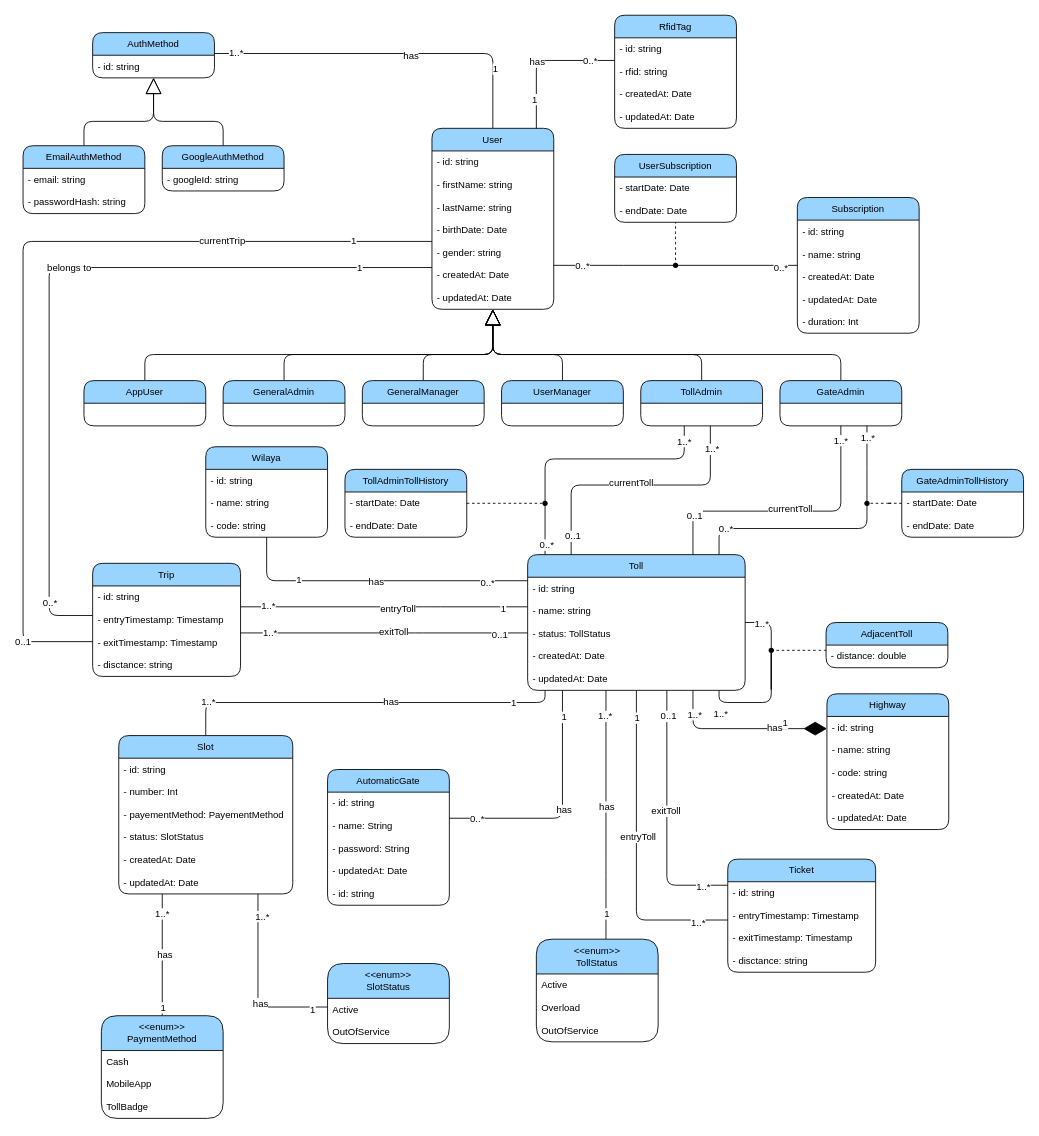
devlotfi/peage-pay keeps this draw.io diagram as page "class diagram" (4 of 6) of diagrams/PeagePay.drawio. Above is the earlier version. Source tidied: cells renumbered, new cells numbered last; positions are measured from the earlier drawing's top-left corner, leaving out a move shared by most shapes. Both pictures are drawn from the tidied source at 87%, with x=0, y=0 at pixel (23, 15).
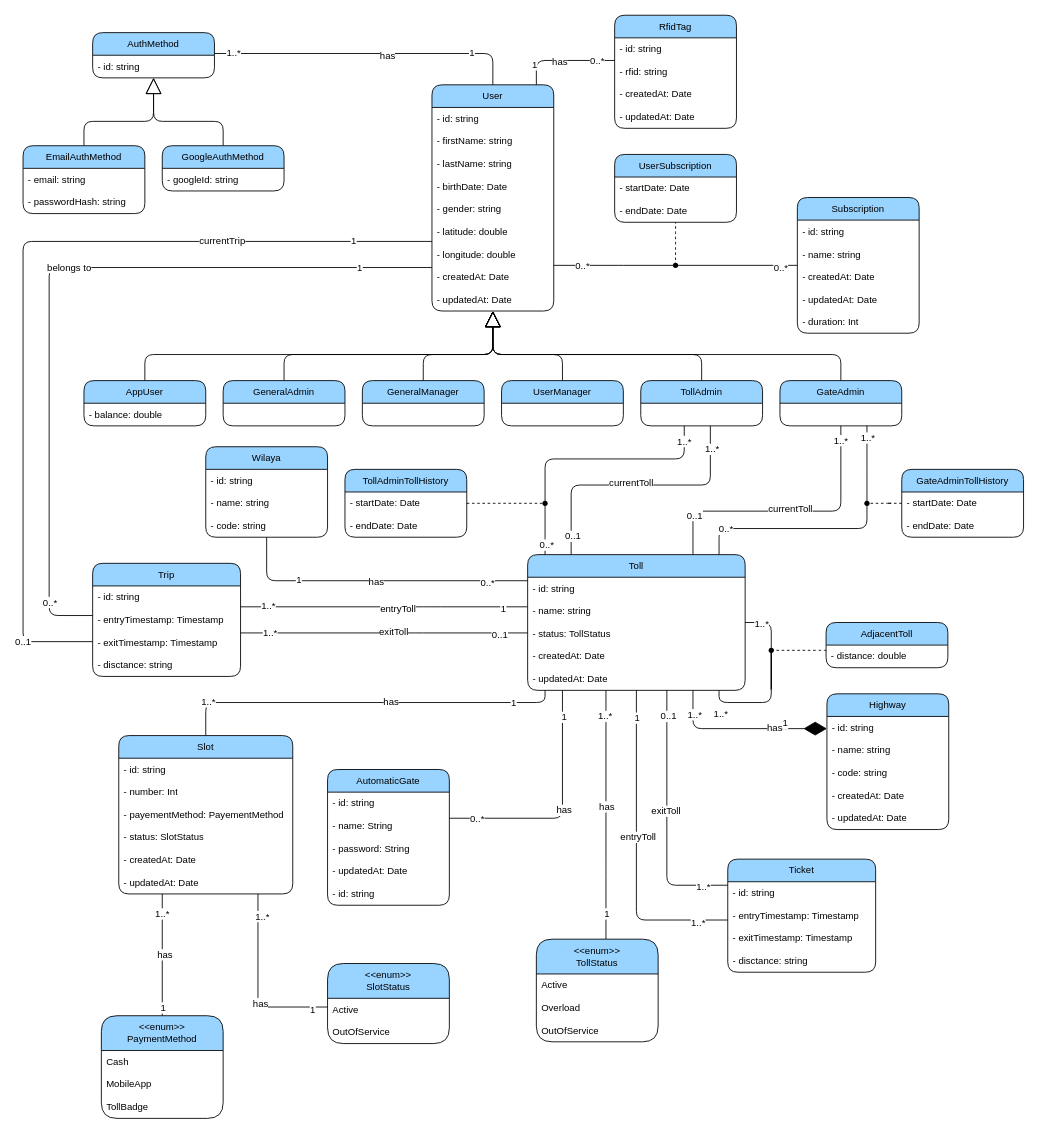
The same page after the edit.

Diff of the diagram source:
```diff
@@
     <mxCell id="30" value="User" style="swimlane;fontStyle=0;horizontal=1;startSize=26;fillColor=#99D3FF;whiteSpace=wrap;html=1;fontFamily=Helvetica;fontSize=11;fontColor=default;fillStyle=auto;rounded=1;glass=0;shadow=0;swimlaneFillColor=none;gradientColor=none;" parent="1" vertex="1">
-      <mxGeometry x="470" y="130" width="140" height="208" as="geometry" />
+      <mxGeometry x="470" y="80" width="140" height="260" as="geometry" />
     </mxCell>
@@
+    <mxCell id="195" value="- latitude: double" style="text;strokeColor=none;fillColor=none;align=left;verticalAlign=top;spacingLeft=4;spacingRight=4;overflow=hidden;whiteSpace=wrap;html=1;fontSize=11;fontFamily=Helvetica;fontColor=default;" parent="30" vertex="1">
+      <mxGeometry y="156" width="140" height="26" as="geometry" />
+    </mxCell>
+    <mxCell id="196" value="- longitude: double" style="text;strokeColor=none;fillColor=none;align=left;verticalAlign=top;spacingLeft=4;spacingRight=4;overflow=hidden;whiteSpace=wrap;html=1;fontSize=11;fontFamily=Helvetica;fontColor=default;" parent="30" vertex="1">
+      <mxGeometry y="182" width="140" height="26" as="geometry" />
+    </mxCell>
     <mxCell id="36" value="- createdAt: Date" style="text;strokeColor=none;fillColor=none;align=left;verticalAlign=top;spacingLeft=4;spacingRight=4;overflow=hidden;whiteSpace=wrap;html=1;fontSize=11;fontFamily=Helvetica;fontColor=default;" parent="30" vertex="1">
-      <mxGeometry y="156" width="140" height="26" as="geometry" />
+      <mxGeometry y="208" width="140" height="26" as="geometry" />
     </mxCell>
     <mxCell id="37" value="- updatedAt: Date" style="text;strokeColor=none;fillColor=none;align=left;verticalAlign=top;spacingLeft=4;spacingRight=4;overflow=hidden;whiteSpace=wrap;html=1;fontSize=11;fontFamily=Helvetica;fontColor=default;" parent="30" vertex="1">
-      <mxGeometry y="182" width="140" height="26" as="geometry" />
+      <mxGeometry y="234" width="140" height="26" as="geometry" />
     </mxCell>
@@
-    <mxCell id="124" value="AppUser" style="swimlane;fontStyle=0;horizontal=1;startSize=26;fillColor=#99D3FF;whiteSpace=wrap;html=1;fontFamily=Helvetica;fontSize=11;fontColor=default;fillStyle=auto;rounded=1;glass=0;shadow=0;swimlaneFillColor=none;gradientColor=none;" parent="1" vertex="1">
-      <mxGeometry x="70" y="420" width="140" height="52" as="geometry" />
-    </mxCell>
@@
+    <mxCell id="124" value="AppUser" style="swimlane;fontStyle=0;horizontal=1;startSize=26;whiteSpace=wrap;html=1;fontFamily=Helvetica;fontSize=11;fillColor=#99D3FF;fillStyle=auto;rounded=1;glass=0;shadow=0;swimlaneFillColor=none;gradientColor=none;fontColor=default;" parent="1" vertex="1">
+      <mxGeometry x="70" y="420" width="140" height="52" as="geometry" />
+    </mxCell>
+    <mxCell id="197" value="- balance: double" style="text;strokeColor=none;fillColor=none;align=left;verticalAlign=top;spacingLeft=4;spacingRight=4;overflow=hidden;whiteSpace=wrap;html=1;fontSize=11;fontFamily=Helvetica;fontColor=default;" parent="124" vertex="1">
+      <mxGeometry y="26" width="140" height="26" as="geometry" />
+    </mxCell>
```
